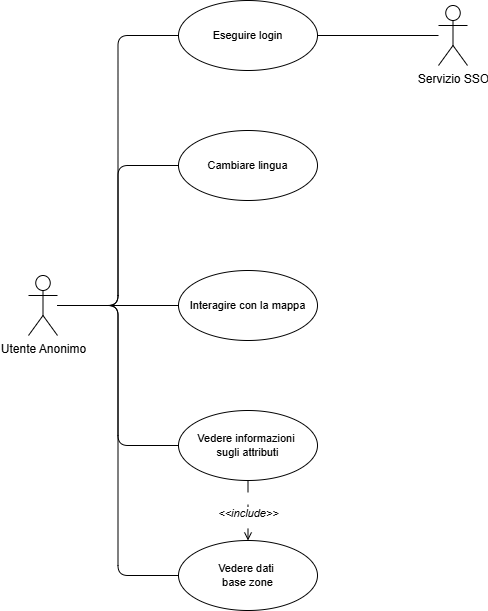
Above: deliverable/images/UseCase_diagrams/Anonimo.drawio.png in lucafano04/progettoIngenieriaSoftware (draw.io), before the change. Source tidied: cells renumbered, new cells last; positions are measured from the earlier drawing's top-left corner, leaving out a move shared by most shapes.
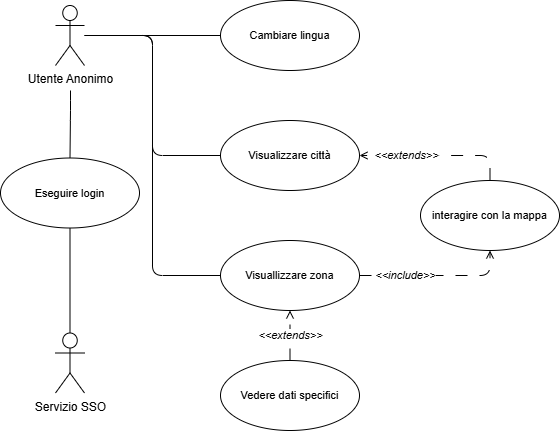
The same file after the commit.

Commit message:
updated Anonimo and Sondaggista use case images

Change to the diagram source:
```diff
@@ -2,47 +2,79 @@
   <root>
     <mxCell id="0" />
     <mxCell id="1" parent="0" />
-    <mxCell id="2" style="edgeStyle=orthogonalEdgeStyle;shape=connector;curved=0;rounded=1;jettySize=auto;html=1;entryX=0;entryY=0.5;entryDx=0;entryDy=0;strokeColor=default;align=center;verticalAlign=middle;fontFamily=Helvetica;fontSize=11;fontColor=default;labelBackgroundColor=default;endArrow=none;endFill=0;" parent="1" edge="1" source="7" target="9">
-      <mxGeometry relative="1" as="geometry" />
-    </mxCell>
     <mxCell id="3" style="edgeStyle=orthogonalEdgeStyle;shape=connector;curved=0;rounded=1;jettySize=auto;html=1;entryX=0;entryY=0.5;entryDx=0;entryDy=0;strokeColor=default;align=center;verticalAlign=middle;fontFamily=Helvetica;fontSize=11;fontColor=default;labelBackgroundColor=default;endArrow=none;endFill=0;" parent="1" edge="1" source="7" target="8">
       <mxGeometry relative="1" as="geometry" />
     </mxCell>
-    <mxCell id="4" style="edgeStyle=orthogonalEdgeStyle;shape=connector;curved=0;rounded=1;jettySize=auto;html=1;entryX=0;entryY=0.5;entryDx=0;entryDy=0;strokeColor=default;align=center;verticalAlign=middle;fontFamily=Helvetica;fontSize=11;fontColor=default;labelBackgroundColor=default;endArrow=none;endFill=0;" parent="1" edge="1" source="7" target="10">
-      <mxGeometry relative="1" as="geometry" />
-    </mxCell>
-    <mxCell id="5" style="edgeStyle=orthogonalEdgeStyle;shape=connector;curved=0;rounded=1;jettySize=auto;html=1;entryX=0;entryY=0.5;entryDx=0;entryDy=0;strokeColor=default;align=center;verticalAlign=middle;fontFamily=Helvetica;fontSize=11;fontColor=default;labelBackgroundColor=default;endArrow=none;endFill=0;" parent="1" edge="1" source="7" target="14">
-      <mxGeometry relative="1" as="geometry" />
-    </mxCell>
-    <mxCell id="6" style="edgeStyle=orthogonalEdgeStyle;rounded=1;jettySize=auto;html=1;entryX=0;entryY=0.5;entryDx=0;entryDy=0;curved=0;endArrow=none;endFill=0;" parent="1" edge="1" source="7" target="11">
-      <mxGeometry relative="1" as="geometry" />
-    </mxCell>
+    <mxCell id="16" style="edgeStyle=orthogonalEdgeStyle;rounded=1;jettySize=auto;html=1;entryX=0;entryY=0.5;entryDx=0;entryDy=0;endArrow=none;endFill=0;curved=0;" parent="1" edge="1" source="7" target="20">
+      <mxGeometry relative="1" as="geometry" />
+    </mxCell>
+    <mxCell id="17" style="edgeStyle=orthogonalEdgeStyle;rounded=1;jettySize=auto;html=1;curved=0;endArrow=none;endFill=0;entryX=0;entryY=0.5;entryDx=0;entryDy=0;" parent="1" edge="1" target="19">
+      <mxGeometry relative="1" as="geometry">
+        <mxPoint x="16" y="185" as="sourcePoint" />
+        <Array as="points">
+          <mxPoint x="82" y="185" />
+          <mxPoint x="82" y="305" />
+        </Array>
+      </mxGeometry>
+    </mxCell>
+    <mxCell id="18" style="edgeStyle=orthogonalEdgeStyle;rounded=1;jettySize=auto;html=1;curved=0;endArrow=none;endFill=0;" parent="1" edge="1" target="10">
+      <mxGeometry relative="1" as="geometry">
+        <mxPoint y="240" as="sourcePoint" />
+        <Array as="points">
+          <mxPoint y="260" />
+          <mxPoint y="260" />
+        </Array>
+      </mxGeometry>
+    </mxCell>
     <mxCell id="7" value="Utente Anonimo" style="shape=umlActor;verticalLabelPosition=bottom;verticalAlign=top;html=1;outlineConnect=0;" parent="1" vertex="1">
-      <mxGeometry y="275" width="29" height="60" as="geometry" />
+      <mxGeometry x="-15" y="155" width="29" height="60" as="geometry" />
     </mxCell>
     <mxCell id="8" value="Cambiare lingua" style="ellipse;whiteSpace=wrap;html=1;fontFamily=Helvetica;fontSize=11;fontColor=default;labelBackgroundColor=default;" parent="1" vertex="1">
-      <mxGeometry x="150" y="130" width="139" height="70" as="geometry" />
+      <mxGeometry x="150" y="150" width="139" height="70" as="geometry" />
     </mxCell>
-    <mxCell id="9" value="Vedere dati&amp;nbsp;&lt;div&gt;base zone&lt;/div&gt;" style="ellipse;whiteSpace=wrap;html=1;fontFamily=Helvetica;fontSize=11;fontColor=default;labelBackgroundColor=default;" parent="1" vertex="1">
-      <mxGeometry x="150" y="540" width="139" height="70" as="geometry" />
-    </mxCell>
     <mxCell id="10" value="Eseguire login" style="ellipse;whiteSpace=wrap;html=1;fontFamily=Helvetica;fontSize=11;fontColor=default;labelBackgroundColor=default;" parent="1" vertex="1">
-      <mxGeometry x="150" width="139" height="70" as="geometry" />
+      <mxGeometry x="-70" y="307.5" width="139" height="70" as="geometry" />
     </mxCell>
-    <mxCell id="11" value="Interagire con la mappa" style="ellipse;whiteSpace=wrap;html=1;fontFamily=Helvetica;fontSize=11;fontColor=default;labelBackgroundColor=default;" parent="1" vertex="1">
-      <mxGeometry x="150" y="270" width="139" height="70" as="geometry" />
-    </mxCell>
-    <mxCell id="12" style="edgeStyle=orthogonalEdgeStyle;rounded=1;jettySize=auto;html=1;entryX=1;entryY=0.5;entryDx=0;entryDy=0;curved=0;endArrow=none;endFill=0;" parent="1" edge="1" source="13" target="10">
-      <mxGeometry relative="1" as="geometry" />
+    <mxCell id="12" style="edgeStyle=orthogonalEdgeStyle;rounded=1;jettySize=auto;html=1;entryX=0.5;entryY=1;entryDx=0;entryDy=0;curved=0;endArrow=none;endFill=0;" parent="1" edge="1" source="13" target="10">
+      <mxGeometry relative="1" as="geometry">
+        <Array as="points">
+          <mxPoint y="512.5" />
+          <mxPoint y="377" />
+        </Array>
+      </mxGeometry>
     </mxCell>
     <mxCell id="13" value="Servizio SSO" style="shape=umlActor;verticalLabelPosition=bottom;verticalAlign=top;html=1;" parent="1" vertex="1">
-      <mxGeometry x="410" y="5" width="29" height="60" as="geometry" />
+      <mxGeometry x="-15" y="482.5" width="29" height="60" as="geometry" />
     </mxCell>
-    <mxCell id="14" value="Vedere informazioni&amp;nbsp;&lt;div&gt;sugli attributi&lt;/div&gt;" style="ellipse;whiteSpace=wrap;html=1;fontFamily=Helvetica;fontSize=11;fontColor=default;labelBackgroundColor=default;" parent="1" vertex="1">
-      <mxGeometry x="150" y="410" width="139" height="70" as="geometry" />
-    </mxCell>
+    <mxCell id="19" value="Visualizzare città" style="ellipse;whiteSpace=wrap;html=1;fontFamily=Helvetica;fontSize=11;fontColor=default;labelBackgroundColor=default;" parent="1" vertex="1">
+      <mxGeometry x="150" y="270" width="139" height="70" as="geometry" />
+    </mxCell>
-    <mxCell id="15" value="&lt;i style=&quot;&quot;&gt;&amp;lt;&amp;lt;include&amp;gt;&amp;gt;&lt;/i&gt;" style="edgeStyle=orthogonalEdgeStyle;shape=connector;curved=0;rounded=1;jettySize=auto;html=1;strokeColor=default;align=center;verticalAlign=middle;fontFamily=Helvetica;fontSize=11;fontColor=default;labelBackgroundColor=default;endArrow=open;endFill=0;startArrow=none;startFill=0;dashed=1;dashPattern=12 12;exitX=0.5;exitY=1;exitDx=0;exitDy=0;entryX=0.5;entryY=0;entryDx=0;entryDy=0;" parent="1" edge="1" source="14" target="9">
-      <mxGeometry x="0.08" relative="1" as="geometry" />
+    <mxCell id="15" value="&lt;i&gt;&amp;lt;&amp;lt;include&amp;gt;&amp;gt;&lt;/i&gt;" style="edgeStyle=orthogonalEdgeStyle;rounded=1;jettySize=auto;html=1;endArrow=open;endFill=0;curved=0;entryX=0.5;entryY=1;entryDx=0;entryDy=0;exitX=1;exitY=0.5;exitDx=0;exitDy=0;strokeColor=default;dashed=1;dashPattern=12 12;" parent="1" edge="1" source="20" target="24">
+      <mxGeometry x="-0.41" relative="1" as="geometry">
+        <Array as="points">
+          <mxPoint x="420" y="425" />
+        </Array>
+      </mxGeometry>
     </mxCell>
+    <mxCell id="20" value="Visuallizzare zona" style="ellipse;whiteSpace=wrap;html=1;fontFamily=Helvetica;fontSize=11;fontColor=default;labelBackgroundColor=default;" parent="1" vertex="1">
+      <mxGeometry x="150" y="390" width="139" height="70" as="geometry" />
+    </mxCell>
+    <mxCell id="21" value="&lt;i&gt;&amp;lt;&amp;lt;extends&amp;gt;&amp;gt;&lt;/i&gt;" style="edgeStyle=orthogonalEdgeStyle;rounded=1;jettySize=auto;html=1;entryX=1;entryY=0.5;entryDx=0;entryDy=0;curved=0;dashed=1;dashPattern=12 12;endArrow=open;endFill=0;exitX=0.5;exitY=0;exitDx=0;exitDy=0;" parent="1" edge="1" source="24" target="19">
+      <mxGeometry x="0.4" relative="1" as="geometry">
+        <Array as="points">
+          <mxPoint x="420" y="330" />
+          <mxPoint x="420" y="305" />
+        </Array>
+      </mxGeometry>
+    </mxCell>
+    <mxCell id="22" value="&amp;lt;&amp;lt;extends&amp;gt;&amp;gt;" style="edgeStyle=orthogonalEdgeStyle;rounded=1;jettySize=auto;html=1;entryX=0.5;entryY=1;entryDx=0;entryDy=0;curved=0;dashed=1;dashPattern=12 12;endArrow=open;endFill=0;fontStyle=2;" parent="1" edge="1" source="23" target="20">
+      <mxGeometry relative="1" as="geometry" />
+    </mxCell>
+    <mxCell id="23" value="Vedere dati specifici" style="ellipse;whiteSpace=wrap;html=1;fontFamily=Helvetica;fontSize=11;fontColor=default;labelBackgroundColor=default;" parent="1" vertex="1">
+      <mxGeometry x="150" y="510" width="139" height="70" as="geometry" />
+    </mxCell>
+    <mxCell id="24" value="interagire con la mappa" style="ellipse;whiteSpace=wrap;html=1;fontFamily=Helvetica;fontSize=11;fontColor=default;labelBackgroundColor=default;" parent="1" vertex="1">
+      <mxGeometry x="350" y="330" width="139" height="70" as="geometry" />
+    </mxCell>
   </root>
 </mxGraphModel>
```
